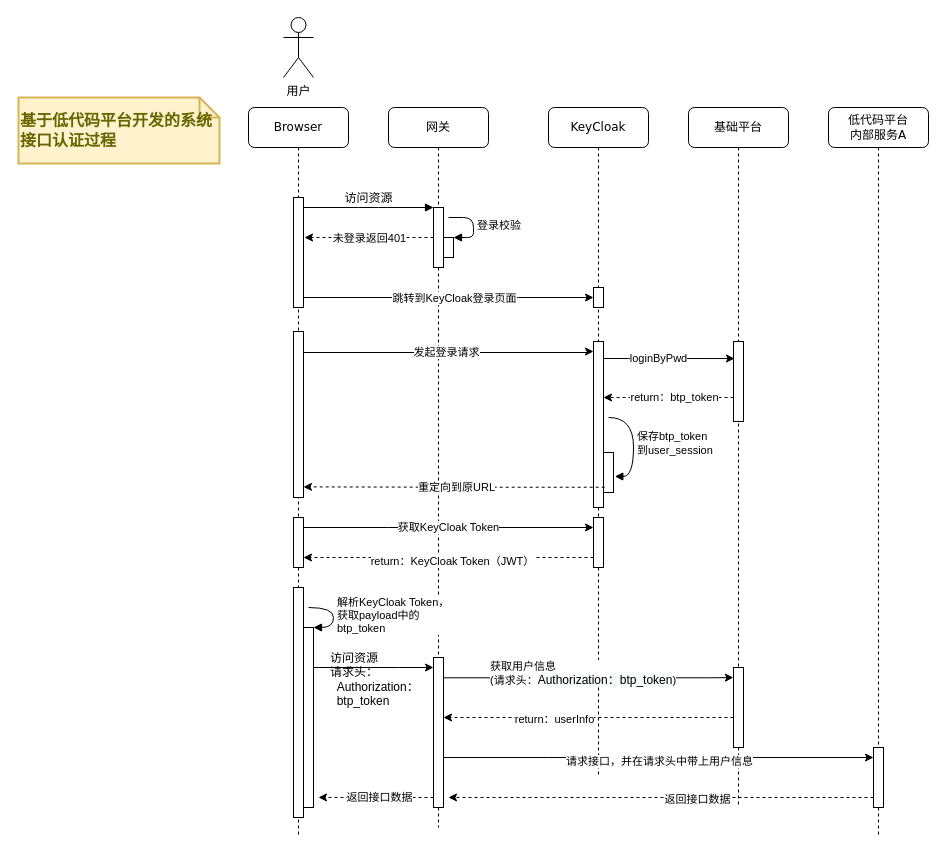
This is Copy of Untitled Diagram1.drawio from hmj040812/hao, a draw.io file, before an edit. Source tidied: cells renumbered, new cells numbered last; positions are measured from the earlier drawing's top-left corner, leaving out a move shared by most shapes. Both pictures are drawn from the tidied source at 100%, with x=0, y=0 at pixel (18, 17).
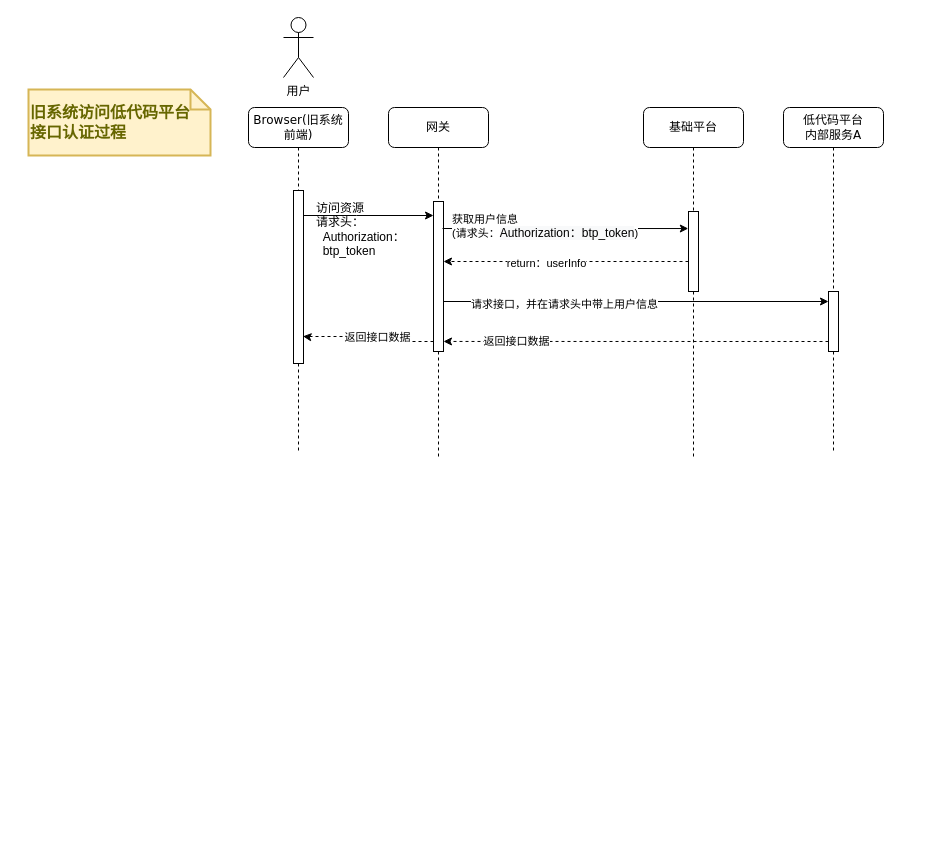
Above is the later version.

The edit, as a diff of the source:
```diff
@@
     <mxCell id="2" value="网关" style="shape=umlLifeline;perimeter=lifelinePerimeter;whiteSpace=wrap;html=1;rounded=1;shadow=0;comic=0;labelBackgroundColor=none;strokeWidth=1;fontFamily=Verdana;fontSize=12;align=center;" parent="1" vertex="1">
-      <mxGeometry x="370" y="90" width="100" height="720" as="geometry" />
+      <mxGeometry x="370" y="90" width="100" height="350" as="geometry" />
     </mxCell>
-    <mxCell id="3" style="html=1;points=[];perimeter=orthogonalPerimeter;rounded=0;shadow=0;comic=0;labelBackgroundColor=none;strokeWidth=1;fontFamily=Verdana;fontSize=12;align=center;" parent="2" vertex="1">
-      <mxGeometry x="45" y="100" width="10" height="60" as="geometry" />
-    </mxCell>
-    <mxCell id="4" style="html=1;points=[];perimeter=orthogonalPerimeter;" parent="2" vertex="1">
-      <mxGeometry x="55" y="130" width="10" height="20" as="geometry" />
-    </mxCell>
-    <mxCell id="5" value="登录校验" style="edgeStyle=orthogonalEdgeStyle;html=1;align=left;spacingLeft=2;endArrow=block;rounded=1;entryX=1;entryY=0;" parent="2" edge="1" target="4">
-      <mxGeometry relative="1" as="geometry">
-        <mxPoint x="60" y="110" as="sourcePoint" />
-        <Array as="points">
-          <mxPoint x="85" y="110" />
-        </Array>
-      </mxGeometry>
-    </mxCell>
     <mxCell id="6" style="html=1;points=[];perimeter=orthogonalPerimeter;" parent="2" vertex="1">
-      <mxGeometry x="45" y="550" width="10" height="150" as="geometry" />
+      <mxGeometry x="45" y="94" width="10" height="150" as="geometry" />
     </mxCell>
-    <mxCell id="7" value="KeyCloak" style="shape=umlLifeline;perimeter=lifelinePerimeter;whiteSpace=wrap;html=1;rounded=1;shadow=0;comic=0;labelBackgroundColor=none;strokeWidth=1;fontFamily=Verdana;fontSize=12;align=center;" parent="1" vertex="1">
-      <mxGeometry x="530" y="90" width="100" height="670" as="geometry" />
-    </mxCell>
-    <mxCell id="8" style="html=1;points=[];perimeter=orthogonalPerimeter;rounded=0;shadow=0;comic=0;labelBackgroundColor=none;strokeWidth=1;fontFamily=Verdana;fontSize=12;align=center;" parent="7" vertex="1">
-      <mxGeometry x="45" y="180" width="10" height="20" as="geometry" />
-    </mxCell>
-    <mxCell id="9" style="html=1;points=[];perimeter=orthogonalPerimeter;" parent="7" vertex="1">
-      <mxGeometry x="45" y="234" width="10" height="166" as="geometry" />
-    </mxCell>
-    <mxCell id="10" style="html=1;points=[];perimeter=orthogonalPerimeter;" parent="7" vertex="1">
-      <mxGeometry x="55" y="345" width="10" height="40" as="geometry" />
-    </mxCell>
-    <mxCell id="11" value="保存&lt;span style=&quot;text-align: center&quot;&gt;btp_token&lt;br&gt;到user_session&lt;br&gt;&lt;/span&gt;" style="edgeStyle=orthogonalEdgeStyle;html=1;align=left;spacingLeft=2;endArrow=block;entryX=1.133;entryY=0.6;entryDx=0;entryDy=0;entryPerimeter=0;curved=1;" parent="7" edge="1" target="10">
-      <mxGeometry relative="1" as="geometry">
-        <mxPoint x="60" y="310" as="sourcePoint" />
-        <Array as="points">
-          <mxPoint x="85" y="310" />
-          <mxPoint x="85" y="369" />
-        </Array>
-      </mxGeometry>
-    </mxCell>
-    <mxCell id="12" style="html=1;points=[];perimeter=orthogonalPerimeter;" parent="7" vertex="1">
-      <mxGeometry x="45" y="410" width="10" height="50" as="geometry" />
-    </mxCell>
     <mxCell id="13" value="基础平台" style="shape=umlLifeline;perimeter=lifelinePerimeter;whiteSpace=wrap;html=1;rounded=1;shadow=0;comic=0;labelBackgroundColor=none;strokeWidth=1;fontFamily=Verdana;fontSize=12;align=center;" parent="1" vertex="1">
-      <mxGeometry x="670" y="90" width="100" height="700" as="geometry" />
+      <mxGeometry x="625" y="90" width="100" height="350" as="geometry" />
     </mxCell>
-    <mxCell id="14" style="html=1;points=[];perimeter=orthogonalPerimeter;" parent="13" vertex="1">
-      <mxGeometry x="45" y="234" width="10" height="80" as="geometry" />
-    </mxCell>
     <mxCell id="15" style="html=1;points=[];perimeter=orthogonalPerimeter;align=left;" parent="13" vertex="1">
-      <mxGeometry x="45" y="560" width="10" height="80" as="geometry" />
+      <mxGeometry x="45" y="104" width="10" height="80" as="geometry" />
     </mxCell>
     <mxCell id="16" value="低代码平台&lt;br&gt;内部服务A" style="shape=umlLifeline;perimeter=lifelinePerimeter;whiteSpace=wrap;html=1;rounded=1;shadow=0;comic=0;labelBackgroundColor=none;strokeWidth=1;fontFamily=Verdana;fontSize=12;align=center;" parent="1" vertex="1">
-      <mxGeometry x="810" y="90" width="100" height="730" as="geometry" />
+      <mxGeometry x="765" y="90" width="100" height="345" as="geometry" />
     </mxCell>
     <mxCell id="17" style="html=1;points=[];perimeter=orthogonalPerimeter;align=left;" parent="16" vertex="1">
-      <mxGeometry x="45" y="640" width="10" height="60" as="geometry" />
+      <mxGeometry x="45" y="184" width="10" height="60" as="geometry" />
     </mxCell>
-    <mxCell id="18" value="Browser" style="shape=umlLifeline;perimeter=lifelinePerimeter;whiteSpace=wrap;html=1;rounded=1;shadow=0;comic=0;labelBackgroundColor=none;strokeWidth=1;fontFamily=Verdana;fontSize=12;align=center;" parent="1" vertex="1">
-      <mxGeometry x="230" y="90" width="100" height="730" as="geometry" />
+    <mxCell id="18" value="Browser(旧系统前端)" style="shape=umlLifeline;perimeter=lifelinePerimeter;whiteSpace=wrap;html=1;rounded=1;shadow=0;comic=0;labelBackgroundColor=none;strokeWidth=1;fontFamily=Verdana;fontSize=12;align=center;" parent="1" vertex="1">
+      <mxGeometry x="230" y="90" width="100" height="344" as="geometry" />
     </mxCell>
-    <mxCell id="19" style="html=1;points=[];perimeter=orthogonalPerimeter;rounded=0;shadow=0;comic=0;labelBackgroundColor=none;strokeWidth=1;fontFamily=Verdana;fontSize=12;align=center;" parent="18" vertex="1">
-      <mxGeometry x="45" y="90" width="10" height="110" as="geometry" />
-    </mxCell>
-    <mxCell id="20" style="html=1;points=[];perimeter=orthogonalPerimeter;" parent="18" vertex="1">
-      <mxGeometry x="45" y="224" width="10" height="166" as="geometry" />
-    </mxCell>
-    <mxCell id="21" style="html=1;points=[];perimeter=orthogonalPerimeter;" parent="18" vertex="1">
-      <mxGeometry x="45" y="410" width="10" height="50" as="geometry" />
-    </mxCell>
     <mxCell id="22" style="html=1;points=[];perimeter=orthogonalPerimeter;" parent="18" vertex="1">
-      <mxGeometry x="45" y="480" width="10" height="230" as="geometry" />
+      <mxGeometry x="45" y="83" width="10" height="173" as="geometry" />
     </mxCell>
-    <mxCell id="23" style="html=1;points=[];perimeter=orthogonalPerimeter;" parent="18" vertex="1">
-      <mxGeometry x="55" y="520" width="10" height="180" as="geometry" />
-    </mxCell>
-    <mxCell id="24" value="解析KeyCloak Token，&lt;br&gt;获取payload中的&lt;br&gt;btp_token" style="edgeStyle=orthogonalEdgeStyle;html=1;align=left;spacingLeft=2;endArrow=block;entryX=1;entryY=0;curved=1;" parent="18" edge="1" target="23">
-      <mxGeometry relative="1" as="geometry">
-        <mxPoint x="60" y="500" as="sourcePoint" />
-        <Array as="points">
-          <mxPoint x="85" y="500" />
-        </Array>
-      </mxGeometry>
-    </mxCell>
-    <mxCell id="25" value="访问资源" style="html=1;verticalAlign=bottom;endArrow=block;entryX=0;entryY=0;labelBackgroundColor=none;fontFamily=Verdana;fontSize=12;edgeStyle=elbowEdgeStyle;elbow=vertical;" parent="1" edge="1" source="19" target="3">
-      <mxGeometry relative="1" as="geometry" />
-    </mxCell>
@@
-    <mxCell id="27" style="edgeStyle=orthogonalEdgeStyle;rounded=0;jettySize=auto;html=1;dashed=1;" parent="1" edge="1" source="3">
-      <mxGeometry relative="1" as="geometry">
-        <mxPoint x="286" y="220" as="targetPoint" />
-      </mxGeometry>
-    </mxCell>
-    <mxCell id="28" value="未登录返回401" style="edgeLabel;html=1;align=center;verticalAlign=middle;" parent="27" vertex="1">
-      <mxGeometry x="-0.26" y="2" relative="1" as="geometry">
-        <mxPoint x="-17" y="-2" as="offset" />
-      </mxGeometry>
-    </mxCell>
-    <mxCell id="29" style="edgeStyle=orthogonalEdgeStyle;rounded=0;jettySize=auto;html=1;" parent="1" edge="1" source="19" target="8">
-      <mxGeometry relative="1" as="geometry">
-        <Array as="points">
-          <mxPoint x="500" y="280" />
-          <mxPoint x="500" y="280" />
-        </Array>
-      </mxGeometry>
-    </mxCell>
-    <mxCell id="30" value="跳转到KeyCloak登录页面" style="edgeLabel;html=1;align=center;verticalAlign=middle;" parent="29" vertex="1">
-      <mxGeometry x="0.3" y="-3" relative="1" as="geometry">
-        <mxPoint x="-39" y="-3" as="offset" />
-      </mxGeometry>
-    </mxCell>
-    <mxCell id="31" style="edgeStyle=orthogonalEdgeStyle;rounded=0;jettySize=auto;html=1;entryX=0.1;entryY=0.213;entryDx=0;entryDy=0;entryPerimeter=0;" parent="1" edge="1" source="9" target="14">
-      <mxGeometry relative="1" as="geometry">
-        <Array as="points">
-          <mxPoint x="610" y="341" />
-          <mxPoint x="610" y="341" />
-        </Array>
-      </mxGeometry>
-    </mxCell>
-    <mxCell id="32" value="loginByPwd" style="edgeLabel;html=1;align=center;verticalAlign=middle;" parent="31" vertex="1">
-      <mxGeometry x="0.16" y="-2" relative="1" as="geometry">
-        <mxPoint x="-21" y="-3" as="offset" />
-      </mxGeometry>
-    </mxCell>
-    <mxCell id="33" style="edgeStyle=orthogonalEdgeStyle;curved=1;jettySize=auto;html=1;dashed=1;" parent="1" edge="1" source="14" target="9">
-      <mxGeometry relative="1" as="geometry">
-        <Array as="points">
-          <mxPoint x="670" y="380" />
-          <mxPoint x="670" y="380" />
-        </Array>
-      </mxGeometry>
-    </mxCell>
-    <mxCell id="34" value="return：btp_token" style="edgeLabel;html=1;align=center;verticalAlign=middle;" parent="33" vertex="1">
-      <mxGeometry x="-0.29" y="-4" relative="1" as="geometry">
-        <mxPoint x="-14" y="3" as="offset" />
-      </mxGeometry>
-    </mxCell>
-    <mxCell id="35" style="edgeStyle=orthogonalEdgeStyle;jettySize=auto;html=1;rounded=0;" parent="1" edge="1" source="20">
-      <mxGeometry relative="1" as="geometry">
-        <mxPoint x="575" y="334" as="targetPoint" />
-        <Array as="points">
-          <mxPoint x="570" y="335" />
-        </Array>
-      </mxGeometry>
-    </mxCell>
-    <mxCell id="36" value="发起登录请求" style="edgeLabel;html=1;align=center;verticalAlign=middle;" parent="35" vertex="1">
-      <mxGeometry x="0.17" y="1" relative="1" as="geometry">
-        <mxPoint x="-28" as="offset" />
-      </mxGeometry>
-    </mxCell>
-    <mxCell id="37" style="edgeStyle=orthogonalEdgeStyle;jettySize=auto;html=1;entryX=1;entryY=0.936;entryDx=0;entryDy=0;entryPerimeter=0;exitX=1.12;exitY=0.878;exitDx=0;exitDy=0;exitPerimeter=0;rounded=0;dashed=1;" parent="1" edge="1" source="9" target="20">
-      <mxGeometry relative="1" as="geometry" />
-    </mxCell>
-    <mxCell id="38" value="重定向到原URL" style="edgeLabel;html=1;align=center;verticalAlign=middle;" parent="37" vertex="1">
-      <mxGeometry x="-0.01" relative="1" as="geometry" />
-    </mxCell>
-    <mxCell id="39" value="获取KeyCloak Token" style="edgeStyle=orthogonalEdgeStyle;rounded=0;jettySize=auto;html=1;" parent="1" edge="1" source="21" target="12">
-      <mxGeometry relative="1" as="geometry">
-        <Array as="points">
-          <mxPoint x="370" y="510" />
-          <mxPoint x="370" y="510" />
-        </Array>
-      </mxGeometry>
-    </mxCell>
-    <mxCell id="40" style="edgeStyle=orthogonalEdgeStyle;rounded=0;jettySize=auto;html=1;dashed=1;" parent="1" edge="1" source="12" target="21">
-      <mxGeometry relative="1" as="geometry">
-        <Array as="points">
-          <mxPoint x="510" y="540" />
-          <mxPoint x="510" y="540" />
-        </Array>
-      </mxGeometry>
-    </mxCell>
-    <mxCell id="41" value="return：KeyCloak Token（JWT）" style="edgeLabel;html=1;align=center;verticalAlign=middle;" parent="40" vertex="1">
-      <mxGeometry x="-0.2" y="3" relative="1" as="geometry">
-        <mxPoint x="-26" as="offset" />
-      </mxGeometry>
-    </mxCell>
-    <mxCell id="42" style="edgeStyle=orthogonalEdgeStyle;rounded=0;jettySize=auto;html=1;" parent="1" edge="1" source="23" target="6">
+    <mxCell id="42" style="edgeStyle=orthogonalEdgeStyle;rounded=0;jettySize=auto;html=1;" parent="1" edge="1" source="22" target="6">
       <mxGeometry relative="1" as="geometry">
         <Array as="points">
-          <mxPoint x="380" y="650" />
-          <mxPoint x="380" y="650" />
+          <mxPoint x="338" y="198" />
+          <mxPoint x="338" y="198" />
         </Array>
       </mxGeometry>
     </mxCell>
     <mxCell id="43" value="&lt;span style=&quot;text-align: center&quot;&gt;访问资源&lt;/span&gt;&lt;br&gt;请求头：&lt;br&gt;&amp;nbsp; Authorization：&lt;br&gt;&amp;nbsp; btp_token" style="text;html=1;align=left;verticalAlign=middle;" parent="1" vertex="1">
-      <mxGeometry x="310" y="632" width="100" height="60" as="geometry" />
+      <mxGeometry x="296" y="182" width="100" height="60" as="geometry" />
     </mxCell>
-    <mxCell id="44" style="edgeStyle=orthogonalEdgeStyle;rounded=0;jettySize=auto;html=1;entryX=-0.012;entryY=0.126;entryDx=0;entryDy=0;entryPerimeter=0;" parent="1" edge="1" target="15">
+    <mxCell id="44" style="edgeStyle=orthogonalEdgeStyle;rounded=0;jettySize=auto;html=1;entryX=-0.02;entryY=0.213;entryDx=0;entryDy=0;entryPerimeter=0;" parent="1" edge="1" target="15">
       <mxGeometry relative="1" as="geometry">
-        <mxPoint x="425" y="660.3" as="sourcePoint" />
+        <mxPoint x="424" y="211" as="sourcePoint" />
         <Array as="points">
-          <mxPoint x="690" y="660" />
+          <mxPoint x="424" y="211" />
         </Array>
       </mxGeometry>
     </mxCell>
     <mxCell id="45" value="获取用户信息&lt;br&gt;(请求头：&lt;span style=&quot;font-size: 12px ; background-color: rgb(248 , 249 , 250)&quot;&gt;Authorization：&lt;/span&gt;&lt;span style=&quot;font-size: 12px ; background-color: rgb(248 , 249 , 250)&quot;&gt;btp_token&lt;/span&gt;)" style="edgeLabel;html=1;align=left;verticalAlign=middle;" parent="44" vertex="1">
       <mxGeometry x="-0.1" y="-1" relative="1" as="geometry">
-        <mxPoint x="-85.5" y="-6.3" as="offset" />
+        <mxPoint x="-103.3" y="-3.3" as="offset" />
       </mxGeometry>
     </mxCell>
     <mxCell id="46" style="edgeStyle=orthogonalEdgeStyle;rounded=0;jettySize=auto;html=1;dashed=1;" parent="1" edge="1" source="15" target="6">
       <mxGeometry relative="1" as="geometry">
         <Array as="points">
-          <mxPoint x="560" y="700" />
-          <mxPoint x="560" y="700" />
+          <mxPoint x="560" y="244" />
+          <mxPoint x="560" y="244" />
         </Array>
       </mxGeometry>
     </mxCell>
     <mxCell id="47" value="return：userInfo" style="edgeLabel;html=1;align=center;verticalAlign=middle;" parent="46" vertex="1">
-      <mxGeometry x="0.24" y="1" relative="1" as="geometry" />
+      <mxGeometry x="0.24" y="1" relative="1" as="geometry">
+        <mxPoint x="9.7" as="offset" />
+      </mxGeometry>
     </mxCell>
     <mxCell id="48" style="edgeStyle=orthogonalEdgeStyle;rounded=0;jettySize=auto;html=1;" parent="1" edge="1" source="6" target="17">
       <mxGeometry relative="1" as="geometry">
         <Array as="points">
-          <mxPoint x="530" y="740" />
-          <mxPoint x="530" y="740" />
+          <mxPoint x="530" y="284" />
+          <mxPoint x="530" y="284" />
         </Array>
       </mxGeometry>
     </mxCell>
     <mxCell id="49" value="请求接口，并在请求头中带上用户信息" style="edgeLabel;html=1;align=center;verticalAlign=middle;" parent="48" vertex="1">
       <mxGeometry x="0.16" y="-3" relative="1" as="geometry">
-        <mxPoint x="-33.3" as="offset" />
+        <mxPoint x="-102.3" y="-1" as="offset" />
       </mxGeometry>
     </mxCell>
-    <mxCell id="50" style="edgeStyle=orthogonalEdgeStyle;rounded=0;jettySize=auto;html=1;entryX=1.5;entryY=0.933;entryDx=0;entryDy=0;entryPerimeter=0;dashed=1;" parent="1" edge="1" source="17" target="6">
+    <mxCell id="50" style="edgeStyle=orthogonalEdgeStyle;rounded=0;jettySize=auto;html=1;entryX=1;entryY=0.933;entryDx=0;entryDy=0;entryPerimeter=0;dashed=1;" parent="1" edge="1" source="17" target="6">
       <mxGeometry relative="1" as="geometry">
         <Array as="points">
-          <mxPoint x="750" y="780" />
-          <mxPoint x="750" y="780" />
+          <mxPoint x="776" y="324" />
+          <mxPoint x="776" y="324" />
         </Array>
       </mxGeometry>
     </mxCell>
     <mxCell id="51" value="返回接口数据" style="edgeLabel;html=1;align=center;verticalAlign=middle;" parent="50" vertex="1">
-      <mxGeometry x="-0.17" y="2" relative="1" as="geometry" />
+      <mxGeometry x="-0.17" y="2" relative="1" as="geometry">
+        <mxPoint x="-152.8" y="-2" as="offset" />
+      </mxGeometry>
     </mxCell>
-    <mxCell id="52" style="edgeStyle=orthogonalEdgeStyle;rounded=0;jettySize=auto;html=1;entryX=1.5;entryY=0.944;entryDx=0;entryDy=0;entryPerimeter=0;dashed=1;" parent="1" edge="1" source="6" target="23">
+    <mxCell id="52" style="edgeStyle=orthogonalEdgeStyle;rounded=0;jettySize=auto;html=1;entryX=0.95;entryY=0.843;entryDx=0;entryDy=0;entryPerimeter=0;dashed=1;" parent="1" edge="1" source="6" target="22">
       <mxGeometry relative="1" as="geometry">
         <Array as="points">
-          <mxPoint x="380" y="780" />
-          <mxPoint x="380" y="780" />
+          <mxPoint x="380" y="324" />
+          <mxPoint x="380" y="319" />
+          <mxPoint x="286" y="319" />
         </Array>
       </mxGeometry>
     </mxCell>
@@
-    <mxCell id="54" value="基于低代码平台开发的系统&lt;br&gt;接口认证过程" style="shape=note;strokeWidth=2;fontSize=16;size=20;whiteSpace=wrap;html=1;fillColor=#fff2cc;strokeColor=#d6b656;fontColor=#666600;align=left;fontStyle=1;" parent="1" vertex="1">
-      <mxGeometry y="80" width="201" height="66" as="geometry" />
+    <mxCell id="54" value="旧系统访问低代码平台&lt;br&gt;接口认证过程" style="shape=note;strokeWidth=2;fontSize=16;size=20;whiteSpace=wrap;html=1;fillColor=#fff2cc;strokeColor=#d6b656;fontColor=#666600;align=left;fontStyle=1;" parent="1" vertex="1">
+      <mxGeometry x="10" y="72" width="182" height="66" as="geometry" />
     </mxCell>
```
